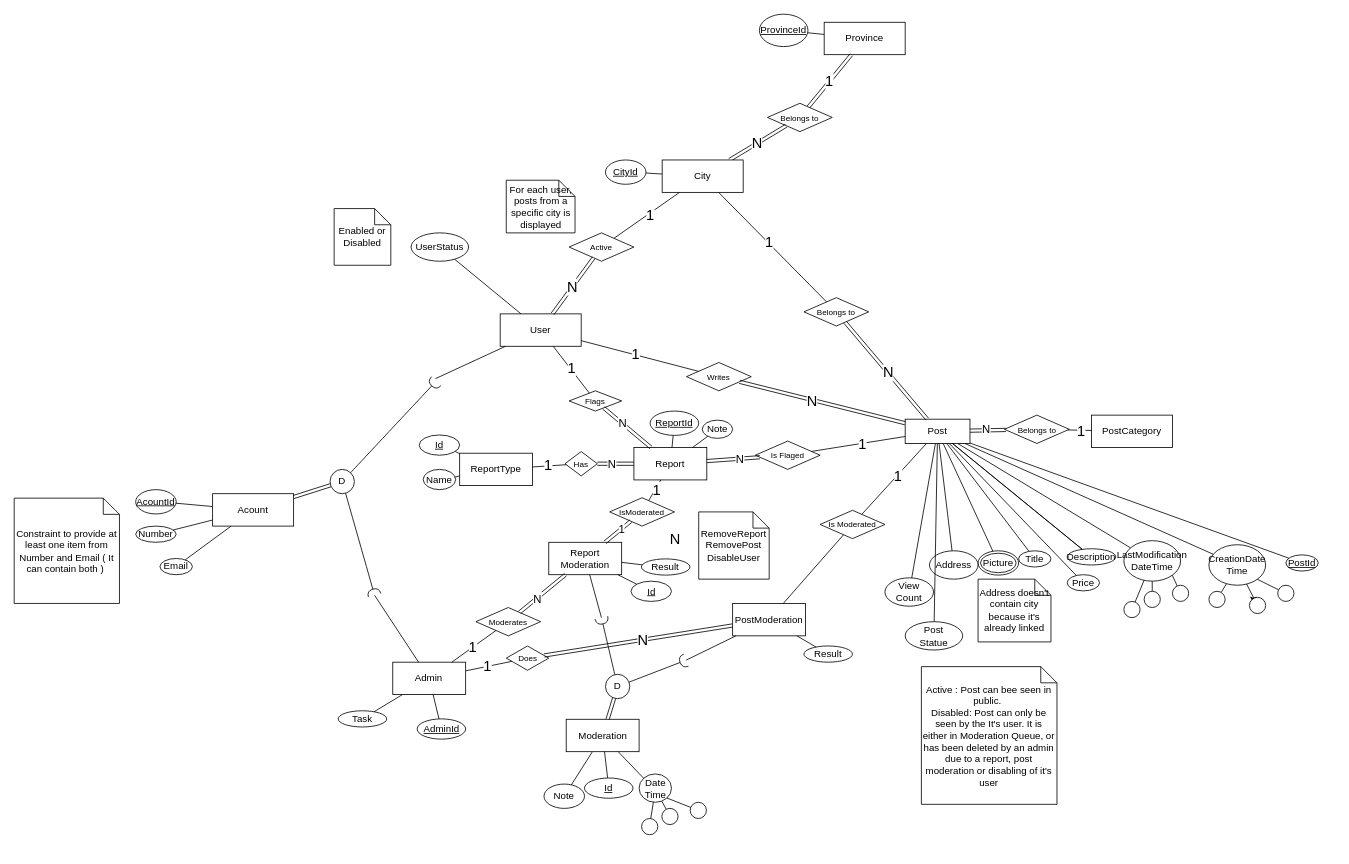
Above: Project.drawio in khebrati/HamsellDatabase (draw.io), before the change. Source tidied: cells renumbered, new cells numbered last; positions are measured from the earlier drawing's top-left corner, leaving out a move shared by most shapes. Both pictures are drawn from the tidied source at 81%, with x=0, y=0 at pixel (14, 14).
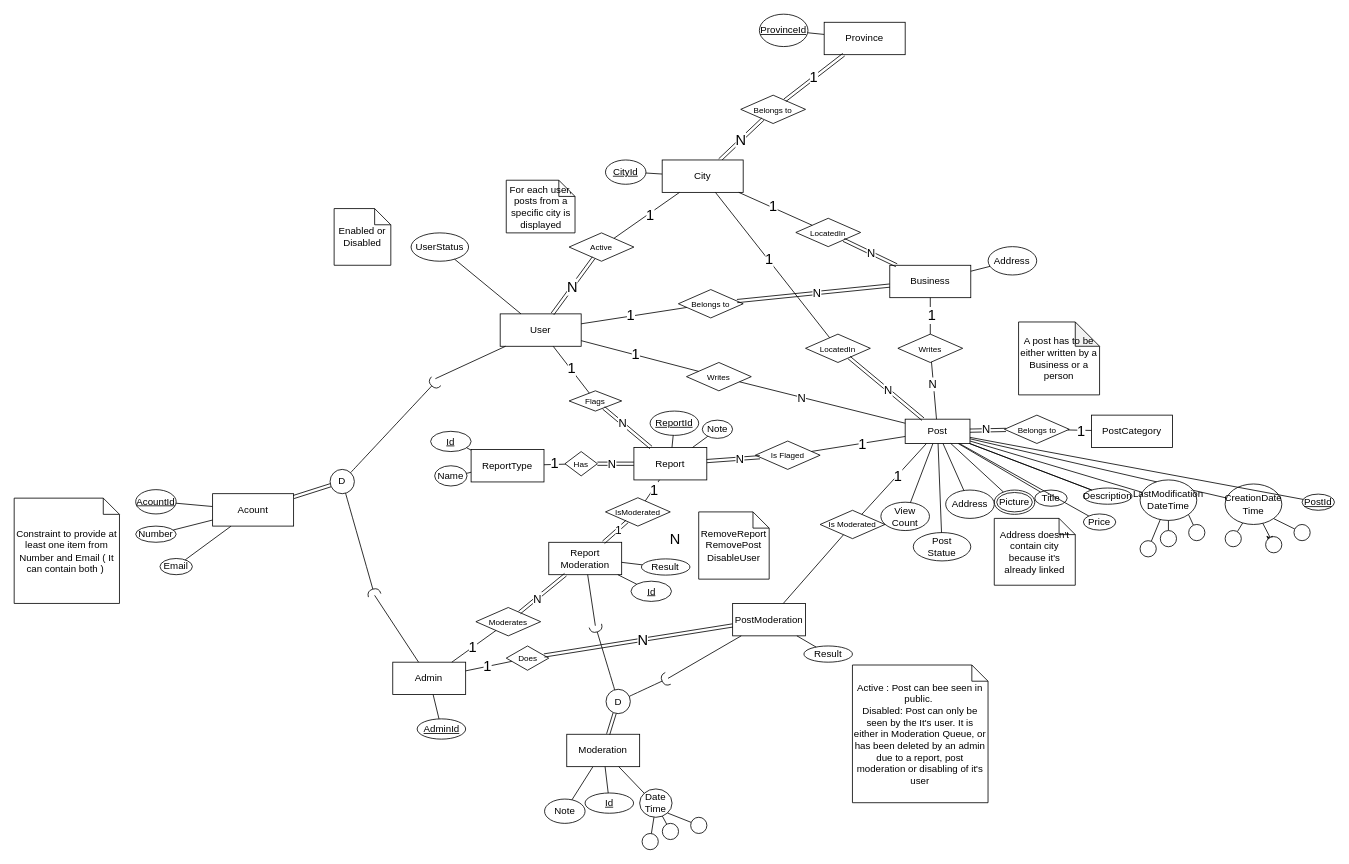
The same page after the edit.

The change refers to these unchanged cells:
```xml
<mxCell id="2" value="User" style="whiteSpace=wrap;html=1;align=center;" parent="1" vertex="1">
  <mxGeometry x="600" y="370" width="100" height="40" as="geometry" />
</mxCell>
<mxCell id="5" value="Post" style="whiteSpace=wrap;html=1;align=center;" parent="1" vertex="1">
  <mxGeometry x="1100" y="500" width="80" height="30" as="geometry" />
</mxCell>
<mxCell id="13" value="Admin" style="whiteSpace=wrap;html=1;align=center;" parent="1" vertex="1">
  <mxGeometry x="467.4" y="800" width="90" height="40" as="geometry" />
</mxCell>
<mxCell id="60" value="City" style="whiteSpace=wrap;html=1;align=center;" parent="1" vertex="1">
  <mxGeometry x="800" y="180" width="100" height="40" as="geometry" />
</mxCell>
<mxCell id="69" value="&lt;font style=&quot;font-size: 10px;&quot;&gt;Writes&lt;/font&gt;" style="shape=rhombus;perimeter=rhombusPerimeter;whiteSpace=wrap;html=1;align=center;" parent="1" vertex="1">
  <mxGeometry x="830" y="430" width="80" height="35" as="geometry" />
</mxCell>
<mxCell id="89" style="shape=link;html=1;rounded=0;" parent="1" edge="1" source="5" target="88">
  <mxGeometry relative="1" as="geometry" />
</mxCell>
```

Diff of the diagram source:
```diff
@@
     <mxCell id="6" value="PostId" style="ellipse;whiteSpace=wrap;html=1;align=center;fontStyle=4;" parent="1" vertex="1">
-      <mxGeometry x="1570" y="667.5" width="40" height="20" as="geometry" />
+      <mxGeometry x="1590" y="592.5" width="40" height="20" as="geometry" />
     </mxCell>
     <mxCell id="7" value="CreationDate&lt;div&gt;Time&lt;/div&gt;" style="ellipse;whiteSpace=wrap;html=1;align=center;" parent="1" vertex="1">
-      <mxGeometry x="1475" y="655" width="70" height="50" as="geometry" />
+      <mxGeometry x="1495" y="580" width="70" height="50" as="geometry" />
     </mxCell>
     <mxCell id="8" value="Title" style="ellipse;whiteSpace=wrap;html=1;align=center;" parent="1" vertex="1">
-      <mxGeometry x="1240" y="662.5" width="40" height="20" as="geometry" />
+      <mxGeometry x="1260" y="587.5" width="40" height="20" as="geometry" />
     </mxCell>
     <mxCell id="9" value="Description" style="ellipse;whiteSpace=wrap;html=1;align=center;" parent="1" vertex="1">
-      <mxGeometry x="1300" y="660" width="60" height="20" as="geometry" />
+      <mxGeometry x="1320" y="585" width="60" height="20" as="geometry" />
     </mxCell>
     <mxCell id="10" value="Price" style="ellipse;whiteSpace=wrap;html=1;align=center;" parent="1" vertex="1">
-      <mxGeometry x="1300" y="692" width="40" height="20" as="geometry" />
+      <mxGeometry x="1320" y="617" width="40" height="20" as="geometry" />
     </mxCell>
     <mxCell id="11" value="Picture" style="ellipse;shape=doubleEllipse;margin=3;whiteSpace=wrap;html=1;align=center;" parent="1" vertex="1">
-      <mxGeometry x="1190" y="662.5" width="50" height="30" as="geometry" />
+      <mxGeometry x="1210" y="587.5" width="50" height="30" as="geometry" />
     </mxCell>
-    <mxCell id="12" value="Task" style="ellipse;whiteSpace=wrap;html=1;align=center;" parent="1" vertex="1">
-      <mxGeometry x="400" y="860" width="59.9" height="20" as="geometry" />
-    </mxCell>
@@
-    <mxCell id="24" style="endArrow=none;html=1;rounded=0;" parent="1" edge="1" source="12" target="13">
-      <mxGeometry relative="1" as="geometry" />
-    </mxCell>
@@
     <mxCell id="35" style="ellipse;whiteSpace=wrap;html=1;" parent="1" vertex="1">
-      <mxGeometry x="1475" y="712.5" width="20" height="20" as="geometry" />
+      <mxGeometry x="1495" y="637.5" width="20" height="20" as="geometry" />
     </mxCell>
     <mxCell id="36" style="edgeStyle=orthogonalEdgeStyle;rounded=0;jettySize=auto;html=1;exitX=1;exitY=0;exitDx=0;exitDy=0;" parent="1" edge="1" source="37">
       <mxGeometry relative="1" as="geometry">
-        <mxPoint x="1530" y="727.7" as="targetPoint" />
+        <mxPoint x="1550" y="652.7" as="targetPoint" />
       </mxGeometry>
     </mxCell>
     <mxCell id="37" style="ellipse;whiteSpace=wrap;html=1;" parent="1" vertex="1">
-      <mxGeometry x="1525" y="720" width="20" height="20" as="geometry" />
+      <mxGeometry x="1545" y="645" width="20" height="20" as="geometry" />
     </mxCell>
     <mxCell id="38" style="ellipse;whiteSpace=wrap;html=1;" parent="1" vertex="1">
-      <mxGeometry x="1560" y="705" width="20" height="20" as="geometry" />
+      <mxGeometry x="1580" y="630" width="20" height="20" as="geometry" />
     </mxCell>
@@
     <mxCell id="48" style="ellipse;whiteSpace=wrap;html=1;align=center;fillColor=none;strokeColor=none;perimeter=centerPerimeter;" parent="1" vertex="1">
-      <mxGeometry x="530" y="520" width="10" height="10" as="geometry" />
+      <mxGeometry x="544.1" y="515.5" width="10" height="10" as="geometry" />
     </mxCell>
     <mxCell id="49" value="Address" style="ellipse;whiteSpace=wrap;html=1;align=center;" parent="1" vertex="1">
-      <mxGeometry x="1130" y="662.5" width="60" height="35" as="geometry" />
+      <mxGeometry x="1150" y="587.5" width="60" height="35" as="geometry" />
     </mxCell>
@@
     <mxCell id="54" value="&lt;font style=&quot;font-size: 10px;&quot;&gt;Belongs to&lt;/font&gt;" style="shape=rhombus;perimeter=rhombusPerimeter;whiteSpace=wrap;html=1;align=center;" parent="1" vertex="1">
-      <mxGeometry x="930" y="110" width="80" height="35" as="geometry" />
+      <mxGeometry x="897" y="100" width="80" height="35" as="geometry" />
     </mxCell>
@@
-    <mxCell id="70" style="shape=link;html=1;rounded=0;" parent="1" edge="1" source="5" target="69">
-      <mxGeometry relative="1" as="geometry" />
-    </mxCell>
-    <mxCell id="71" value="&lt;span style=&quot;font-size: 18px;&quot;&gt;N&lt;/span&gt;" style="edgeLabel;html=1;align=center;verticalAlign=middle;" parent="70" vertex="1">
-      <mxGeometry x="0.13" y="1" relative="1" as="geometry" />
-    </mxCell>
@@
     <mxCell id="80" value="LastModification&lt;div&gt;DateTime&lt;/div&gt;" style="ellipse;whiteSpace=wrap;html=1;align=center;" parent="1" vertex="1">
-      <mxGeometry x="1370" y="650" width="70" height="50" as="geometry" />
+      <mxGeometry x="1390" y="575" width="70" height="50" as="geometry" />
     </mxCell>
@@
     <mxCell id="84" style="ellipse;whiteSpace=wrap;html=1;" parent="1" vertex="1">
-      <mxGeometry x="1395" y="712.5" width="20" height="20" as="geometry" />
+      <mxGeometry x="1415" y="637.5" width="20" height="20" as="geometry" />
     </mxCell>
     <mxCell id="85" style="ellipse;whiteSpace=wrap;html=1;" parent="1" vertex="1">
-      <mxGeometry x="1370" y="725" width="20" height="20" as="geometry" />
+      <mxGeometry x="1390" y="650" width="20" height="20" as="geometry" />
     </mxCell>
     <mxCell id="86" style="ellipse;whiteSpace=wrap;html=1;" parent="1" vertex="1">
-      <mxGeometry x="1430" y="705" width="20" height="20" as="geometry" />
+      <mxGeometry x="1450" y="630" width="20" height="20" as="geometry" />
     </mxCell>
@@
-    <mxCell id="88" value="&lt;span style=&quot;font-size: 10px;&quot;&gt;Belongs to&lt;/span&gt;" style="shape=rhombus;perimeter=rhombusPerimeter;whiteSpace=wrap;html=1;align=center;" parent="1" vertex="1">
-      <mxGeometry x="975" y="350" width="80" height="35" as="geometry" />
+    <mxCell id="88" value="&lt;span style=&quot;font-size: 10px;&quot;&gt;LocatedIn&lt;/span&gt;" style="shape=rhombus;perimeter=rhombusPerimeter;whiteSpace=wrap;html=1;align=center;" parent="1" vertex="1">
+      <mxGeometry x="977" y="395" width="80" height="35" as="geometry" />
     </mxCell>
@@
-    <mxCell id="90" value="&lt;font style=&quot;font-size: 18px;&quot;&gt;N&lt;/font&gt;" style="edgeLabel;html=1;align=center;verticalAlign=middle;" parent="89" vertex="1">
+    <mxCell id="90" value="&lt;font style=&quot;font-size: 14px;&quot;&gt;N&lt;/font&gt;" style="edgeLabel;html=1;align=center;verticalAlign=middle;" parent="89" vertex="1">
       <mxGeometry x="-0.04" relative="1" as="geometry" />
     </mxCell>
@@
     <mxCell id="93" value="Address doesn't contain city because it's already linked" style="shape=note;size=20;whiteSpace=wrap;html=1;" parent="1" vertex="1">
-      <mxGeometry x="1190" y="697.5" width="90" height="77.5" as="geometry" />
+      <mxGeometry x="1210" y="622.5" width="100" height="82.5" as="geometry" />
     </mxCell>
@@
     <mxCell id="112" value="ReportType" style="whiteSpace=wrap;html=1;align=center;" parent="1" vertex="1">
-      <mxGeometry x="550" y="542" width="90" height="40" as="geometry" />
+      <mxGeometry x="564.1" y="537.5" width="90" height="40" as="geometry" />
     </mxCell>
     <mxCell id="113" value="Id" style="ellipse;whiteSpace=wrap;html=1;align=center;fontStyle=4;" parent="1" vertex="1">
-      <mxGeometry x="500" y="519.5" width="50" height="25" as="geometry" />
+      <mxGeometry x="514.1" y="515" width="50" height="25" as="geometry" />
     </mxCell>
     <mxCell id="114" value="Name" style="ellipse;whiteSpace=wrap;html=1;align=center;" parent="1" vertex="1">
-      <mxGeometry x="505" y="562" width="40" height="25" as="geometry" />
+      <mxGeometry x="519.1" y="557.5" width="40" height="25" as="geometry" />
     </mxCell>
@@
     <mxCell id="139" value="&lt;font style=&quot;font-size: 10px;&quot;&gt;IsModerated&lt;/font&gt;" style="shape=rhombus;perimeter=rhombusPerimeter;whiteSpace=wrap;html=1;align=center;" parent="1" vertex="1">
-      <mxGeometry x="735.2" y="597" width="80" height="35" as="geometry" />
+      <mxGeometry x="730" y="597" width="80" height="35" as="geometry" />
     </mxCell>
@@
     <mxCell id="144" value="Note" style="ellipse;whiteSpace=wrap;html=1;align=center;" parent="1" vertex="1">
-      <mxGeometry x="654.1" y="950.5" width="50" height="30" as="geometry" />
+      <mxGeometry x="654.8" y="969" width="50" height="30" as="geometry" />
     </mxCell>
@@
     <mxCell id="146" value="Moderation" style="whiteSpace=wrap;html=1;align=center;" parent="1" vertex="1">
-      <mxGeometry x="681.5" y="870.5" width="90" height="40" as="geometry" />
+      <mxGeometry x="682.2" y="889" width="90" height="40" as="geometry" />
     </mxCell>
     <mxCell id="147" value="&lt;u&gt;Id&lt;/u&gt;" style="ellipse;whiteSpace=wrap;html=1;align=center;" parent="1" vertex="1">
-      <mxGeometry x="704.1" y="943" width="59.9" height="25" as="geometry" />
+      <mxGeometry x="704.8" y="961.5" width="59.9" height="25" as="geometry" />
     </mxCell>
@@
     <mxCell id="149" value="Date&lt;div&gt;Time&lt;/div&gt;" style="ellipse;whiteSpace=wrap;html=1;align=center;" parent="1" vertex="1">
-      <mxGeometry x="771.5" y="938" width="40" height="35" as="geometry" />
+      <mxGeometry x="772.2" y="956.5" width="40" height="35" as="geometry" />
     </mxCell>
@@
     <mxCell id="153" style="ellipse;whiteSpace=wrap;html=1;" parent="1" vertex="1">
-      <mxGeometry x="799.6" y="980.5" width="20" height="20" as="geometry" />
+      <mxGeometry x="800.2" y="999" width="20" height="20" as="geometry" />
     </mxCell>
     <mxCell id="154" style="ellipse;whiteSpace=wrap;html=1;" parent="1" vertex="1">
-      <mxGeometry x="774.6" y="993" width="20" height="20" as="geometry" />
+      <mxGeometry x="775.2" y="1011.5" width="20" height="20" as="geometry" />
     </mxCell>
     <mxCell id="155" style="ellipse;whiteSpace=wrap;html=1;" parent="1" vertex="1">
-      <mxGeometry x="834.6" y="973" width="20" height="20" as="geometry" />
+      <mxGeometry x="835.2" y="991.5" width="20" height="20" as="geometry" />
     </mxCell>
@@
     <mxCell id="157" style="html=1;whiteSpace=wrap;align=right;verticalAlign=bottom;" parent="1" vertex="1">
-      <mxGeometry x="687.3" y="870" as="geometry">
+      <mxGeometry x="688" y="888.5" as="geometry">
         <mxPoint x="-11" y="50" as="offset" />
       </mxGeometry>
     </mxCell>
     <mxCell id="158" value="D" style="ellipse;whiteSpace=wrap;html=1;align=center;" parent="1" vertex="1">
-      <mxGeometry x="730" y="815" width="30" height="30" as="geometry" />
+      <mxGeometry x="730.7" y="833.5" width="30" height="30" as="geometry" />
     </mxCell>
@@
     <mxCell id="163" style="ellipse;whiteSpace=wrap;html=1;align=center;fillColor=none;strokeColor=none;perimeter=centerPerimeter;points=[];outlineConnect=1;" parent="1" vertex="1">
-      <mxGeometry x="824.6" y="792.5" width="10" height="10" as="geometry" />
+      <mxGeometry x="802.2" y="815" width="10" height="10" as="geometry" />
     </mxCell>
@@
     <mxCell id="168" style="ellipse;whiteSpace=wrap;html=1;align=center;fillColor=none;strokeColor=none;perimeter=centerPerimeter;points=[];outlineConnect=1;" parent="1" vertex="1">
-      <mxGeometry x="720" y="740" width="10" height="10" as="geometry" />
+      <mxGeometry x="712.5" y="750" width="10" height="10" as="geometry" />
     </mxCell>
@@
     <mxCell id="180" value="View&lt;div&gt;Count&lt;/div&gt;" style="ellipse;whiteSpace=wrap;html=1;align=center;" parent="1" vertex="1">
-      <mxGeometry x="1075" y="695.9" width="60" height="35" as="geometry" />
+      <mxGeometry x="1070" y="602.5" width="60" height="35" as="geometry" />
     </mxCell>
@@
     <mxCell id="182" value="Post&lt;div&gt;Statue&lt;/div&gt;" style="ellipse;whiteSpace=wrap;html=1;align=center;" parent="1" vertex="1">
-      <mxGeometry x="1100" y="750" width="71" height="35" as="geometry" />
+      <mxGeometry x="1110" y="640" width="71" height="35" as="geometry" />
     </mxCell>
@@
     <mxCell id="184" value="Active : Post can bee seen in public.&amp;nbsp;&lt;div&gt;Disabled: Post can only be seen by the It's user. It is either in Moderation Queue, or has been deleted by an admin due to a report, post moderation or disabling of it's user&lt;/div&gt;" style="shape=note;size=20;whiteSpace=wrap;html=1;" parent="1" vertex="1">
-      <mxGeometry x="1120" y="805.5" width="167.4" height="170" as="geometry" />
+      <mxGeometry x="1034.9" y="803.5" width="167.4" height="170" as="geometry" />
     </mxCell>
+    <mxCell id="185" value="Business" style="whiteSpace=wrap;html=1;align=center;" parent="1" vertex="1">
+      <mxGeometry x="1081" y="310" width="100" height="40" as="geometry" />
+    </mxCell>
+    <mxCell id="186" style="html=1;whiteSpace=wrap;align=right;verticalAlign=bottom;" parent="1" vertex="1">
+      <mxGeometry x="1462.6" y="287" as="geometry">
+        <mxPoint x="-11" y="50" as="offset" />
+      </mxGeometry>
+    </mxCell>
+    <mxCell id="187" value="&lt;font style=&quot;font-size: 10px;&quot;&gt;Writes&lt;/font&gt;" style="shape=rhombus;perimeter=rhombusPerimeter;whiteSpace=wrap;html=1;align=center;" parent="1" vertex="1">
+      <mxGeometry x="1091" y="395" width="80" height="35" as="geometry" />
+    </mxCell>
+    <mxCell id="188" style="endArrow=none;html=1;rounded=0;" parent="1" edge="1" source="187" target="185">
+      <mxGeometry relative="1" as="geometry" />
+    </mxCell>
+    <mxCell id="189" value="&lt;font style=&quot;font-size: 18px;&quot;&gt;1&lt;/font&gt;" style="edgeLabel;html=1;align=center;verticalAlign=middle;" parent="188" vertex="1">
+      <mxGeometry x="0.08" y="-1" relative="1" as="geometry" />
+    </mxCell>
+    <mxCell id="190" style="endArrow=none;html=1;rounded=0;" parent="1" edge="1" source="5" target="187">
+      <mxGeometry relative="1" as="geometry" />
+    </mxCell>
+    <mxCell id="191" value="&lt;font style=&quot;font-size: 14px;&quot;&gt;N&lt;/font&gt;" style="edgeLabel;html=1;align=center;verticalAlign=middle;" parent="190" vertex="1">
+      <mxGeometry x="0.25" y="1" relative="1" as="geometry" />
+    </mxCell>
+    <mxCell id="70" style="endArrow=none;html=1;rounded=0;" parent="1" edge="1" source="5" target="69">
+      <mxGeometry relative="1" as="geometry" />
+    </mxCell>
+    <mxCell id="192" value="&lt;font style=&quot;font-size: 14px;&quot;&gt;N&lt;/font&gt;" style="edgeLabel;html=1;align=center;verticalAlign=middle;" parent="70" vertex="1">
+      <mxGeometry x="0.25" y="1" relative="1" as="geometry" />
+    </mxCell>
+    <mxCell id="193" value="A post has to be either written by a Business or a person" style="shape=note;whiteSpace=wrap;html=1;backgroundOutline=1;darkOpacity=0.05;" parent="1" vertex="1">
+      <mxGeometry x="1240" y="380" width="100" height="90" as="geometry" />
+    </mxCell>
+    <mxCell id="194" style="html=1;whiteSpace=wrap;align=right;verticalAlign=bottom;" parent="1" vertex="1">
+      <mxGeometry x="1200" y="320" as="geometry">
+        <mxPoint x="-11" y="50" as="offset" />
+      </mxGeometry>
+    </mxCell>
+    <mxCell id="195" value="&lt;span style=&quot;font-size: 10px;&quot;&gt;Belongs to&lt;/span&gt;" style="shape=rhombus;perimeter=rhombusPerimeter;whiteSpace=wrap;html=1;align=center;" parent="1" vertex="1">
+      <mxGeometry x="820" y="340" width="80" height="35" as="geometry" />
+    </mxCell>
+    <mxCell id="196" style="shape=link;html=1;rounded=0;" parent="1" edge="1" source="185" target="195">
+      <mxGeometry relative="1" as="geometry" />
+    </mxCell>
+    <mxCell id="197" value="&lt;font style=&quot;font-size: 14px;&quot;&gt;N&lt;/font&gt;" style="edgeLabel;html=1;align=center;verticalAlign=middle;" parent="196" vertex="1">
+      <mxGeometry x="-0.04" relative="1" as="geometry" />
+    </mxCell>
+    <mxCell id="198" style="endArrow=none;html=1;rounded=0;" parent="1" edge="1" source="195" target="2">
+      <mxGeometry relative="1" as="geometry" />
+    </mxCell>
+    <mxCell id="199" value="&lt;font style=&quot;font-size: 18px;&quot;&gt;1&lt;/font&gt;" style="edgeLabel;html=1;align=center;verticalAlign=middle;" parent="198" vertex="1">
+      <mxGeometry x="0.08" y="-1" relative="1" as="geometry" />
+    </mxCell>
+    <mxCell id="200" value="Address" style="ellipse;whiteSpace=wrap;html=1;align=center;" parent="1" vertex="1">
+      <mxGeometry x="1202.4" y="287" width="60" height="35" as="geometry" />
+    </mxCell>
+    <mxCell id="201" style="endArrow=none;html=1;rounded=0;" parent="1" edge="1" source="185" target="200">
+      <mxGeometry relative="1" as="geometry" />
+    </mxCell>
+    <mxCell id="202" style="html=1;whiteSpace=wrap;align=right;verticalAlign=bottom;" parent="1" vertex="1">
+      <mxGeometry x="1590" y="280" as="geometry">
+        <mxPoint x="-11" y="50" as="offset" />
+      </mxGeometry>
+    </mxCell>
+    <mxCell id="203" value="&lt;span style=&quot;font-size: 10px;&quot;&gt;LocatedIn&lt;/span&gt;" style="shape=rhombus;perimeter=rhombusPerimeter;whiteSpace=wrap;html=1;align=center;" parent="1" vertex="1">
+      <mxGeometry x="965" y="252" width="80" height="35" as="geometry" />
+    </mxCell>
+    <mxCell id="204" style="shape=link;html=1;rounded=0;" parent="1" edge="1" source="185" target="203">
+      <mxGeometry relative="1" as="geometry" />
+    </mxCell>
+    <mxCell id="205" value="&lt;font style=&quot;font-size: 14px;&quot;&gt;N&lt;/font&gt;" style="edgeLabel;html=1;align=center;verticalAlign=middle;" parent="204" vertex="1">
+      <mxGeometry x="-0.04" relative="1" as="geometry" />
+    </mxCell>
+    <mxCell id="206" style="endArrow=none;html=1;rounded=0;" parent="1" edge="1" source="203" target="60">
+      <mxGeometry relative="1" as="geometry" />
+    </mxCell>
+    <mxCell id="207" value="&lt;font style=&quot;font-size: 18px;&quot;&gt;1&lt;/font&gt;" style="edgeLabel;html=1;align=center;verticalAlign=middle;" parent="206" vertex="1">
+      <mxGeometry x="0.08" y="-1" relative="1" as="geometry" />
+    </mxCell>
```
